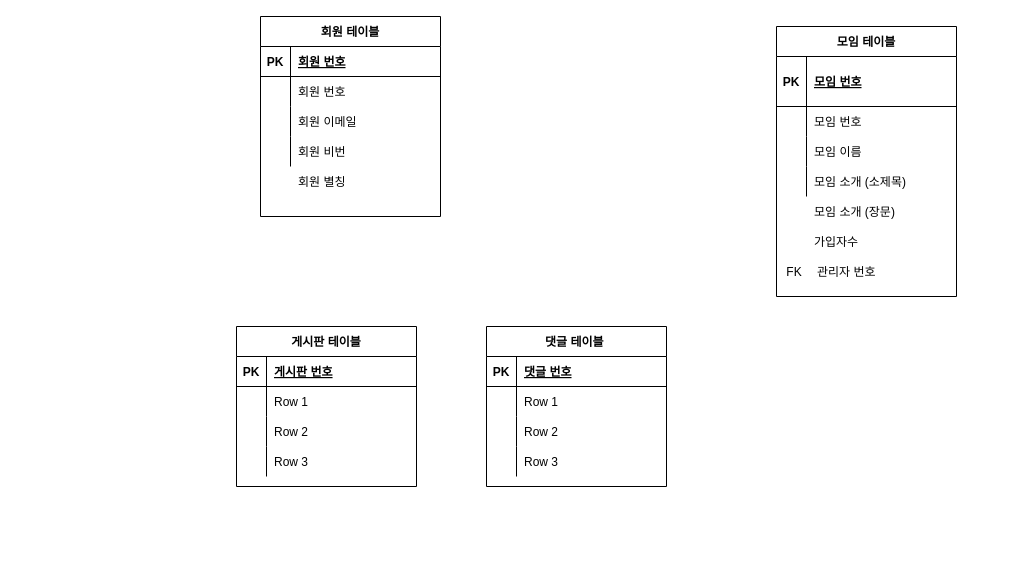
The draw.io diagram wireframes/DB design.drawio in kssgit/cloud_msa_project1, before the edit. Source tidied: cells renumbered, new cells numbered last; positions are measured from the earlier drawing's top-left corner, leaving out a move shared by most shapes. Both pictures are drawn from the tidied source at 100%, with x=0, y=0 at pixel (236, 16).
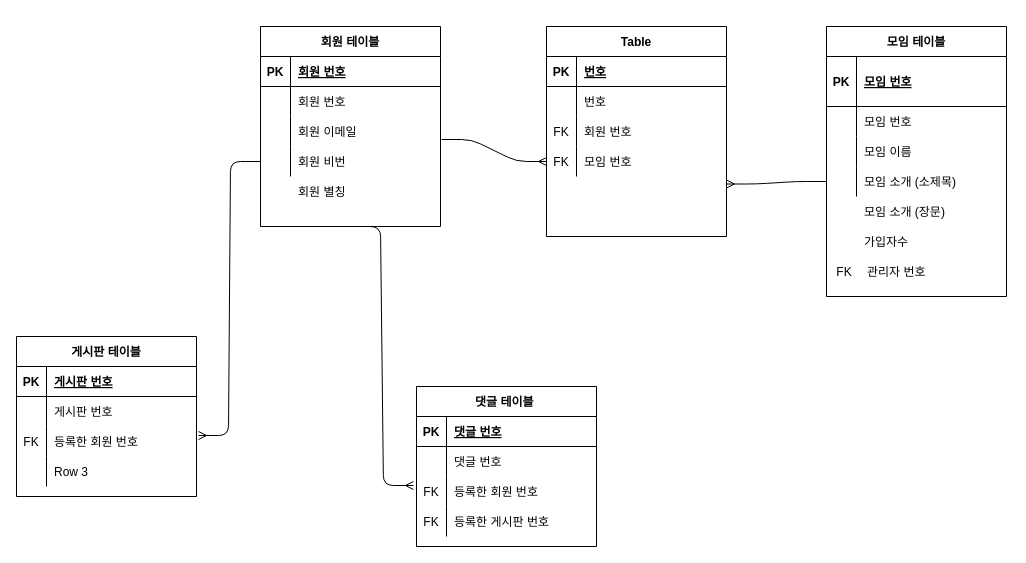
Above is the later version.

Unchanged cells that the change refers to:
```xml
<mxCell id="9" style="shape=partialRectangle;fillColor=none;top=0;left=0;bottom=0;right=0;points=[[0,0.5],[1,0.5]];portConstraint=eastwest;" parent="2" vertex="1">
  <mxGeometry y="90" width="180" height="30" as="geometry" />
</mxCell>
<mxCell id="12" style="shape=partialRectangle;fillColor=none;top=0;left=0;bottom=0;right=0;points=[[0,0.5],[1,0.5]];portConstraint=eastwest;" parent="2" vertex="1">
  <mxGeometry y="120" width="180" height="30" as="geometry" />
</mxCell>
<mxCell id="29" style="shape=partialRectangle;fillColor=none;top=0;left=0;bottom=0;right=0;points=[[0,0.5],[1,0.5]];portConstraint=eastwest;" parent="19" vertex="1">
  <mxGeometry y="140" width="180" height="30" as="geometry" />
</mxCell>
<mxCell id="45" style="shape=partialRectangle;fillColor=none;top=0;left=0;bottom=0;right=0;" parent="41" vertex="1">
  <mxGeometry y="60" width="180" height="30" as="geometry" />
</mxCell>
<mxCell id="48" style="shape=partialRectangle;fillColor=none;top=0;left=0;bottom=0;right=0;points=[[0,0.5],[1,0.5]];portConstraint=eastwest;" parent="41" vertex="1">
  <mxGeometry y="90" width="180" height="30" as="geometry" />
</mxCell>
<mxCell id="58" style="shape=partialRectangle;fillColor=none;top=0;left=0;bottom=0;right=0;" parent="54" vertex="1">
  <mxGeometry y="60" width="180" height="30" as="geometry" />
</mxCell>
<mxCell id="61" style="shape=partialRectangle;fillColor=none;top=0;left=0;bottom=0;right=0;points=[[0,0.5],[1,0.5]];portConstraint=eastwest;" parent="54" vertex="1">
  <mxGeometry y="90" width="180" height="30" as="geometry" />
</mxCell>
<mxCell id="64" style="shape=partialRectangle;fillColor=none;top=0;left=0;bottom=0;right=0;" parent="54" vertex="1">
  <mxGeometry y="120" width="180" height="30" as="geometry" />
</mxCell>
```

The edit, as a diff of the source:
```diff
@@
     <mxCell id="2" value="회원 테이블" style="shape=table;startSize=30;childLayout=tableLayout;rowLines=0;fontStyle=1;align=center;" parent="1" vertex="1">
-      <mxGeometry x="24" width="180" height="200" as="geometry" />
+      <mxGeometry x="24" y="10" width="180" height="200" as="geometry" />
     </mxCell>
@@
     <mxCell id="15" style="shape=partialRectangle;fillColor=none;top=0;left=0;bottom=0;right=0;" parent="1" vertex="1">
-      <mxGeometry x="24" y="150" width="180" height="30" as="geometry" />
+      <mxGeometry x="24" y="160" width="180" height="30" as="geometry" />
     </mxCell>
@@
     <mxCell id="18" style="group;" parent="1" vertex="1">
-      <mxGeometry x="540" y="10" width="183" height="270" as="geometry" />
+      <mxGeometry x="590" y="10" width="183" height="270" as="geometry" />
     </mxCell>
@@
     <mxCell id="41" value="게시판 테이블" style="shape=table;startSize=30;childLayout=tableLayout;rowLines=0;fontStyle=1;align=center;" parent="1" vertex="1">
-      <mxGeometry y="310" width="180" height="160" as="geometry" />
+      <mxGeometry x="-220" y="320" width="180" height="160" as="geometry" />
     </mxCell>
@@
-    <mxCell id="47" value="Row 1" style="shape=partialRectangle;fillColor=none;top=0;left=0;bottom=0;right=0;align=left;spacingLeft=6;overflow=hidden;" parent="45" vertex="1">
+    <mxCell id="47" value="게시판 번호" style="shape=partialRectangle;fillColor=none;top=0;left=0;bottom=0;right=0;align=left;spacingLeft=6;overflow=hidden;" parent="45" vertex="1">
       <mxGeometry x="30" width="150" height="30" as="geometry" />
     </mxCell>
@@
-    <mxCell id="49" style="shape=partialRectangle;fillColor=none;top=0;left=0;bottom=0;right=0;overflow=hidden;" parent="48" vertex="1">
+    <mxCell id="49" value="FK" style="shape=partialRectangle;fillColor=none;top=0;left=0;bottom=0;right=0;overflow=hidden;" parent="48" vertex="1">
       <mxGeometry width="30" height="30" as="geometry" />
     </mxCell>
-    <mxCell id="50" value="Row 2" style="shape=partialRectangle;fillColor=none;top=0;left=0;bottom=0;right=0;align=left;spacingLeft=6;overflow=hidden;" parent="48" vertex="1">
+    <mxCell id="50" value="등록한 회원 번호" style="shape=partialRectangle;fillColor=none;top=0;left=0;bottom=0;right=0;align=left;spacingLeft=6;overflow=hidden;" parent="48" vertex="1">
       <mxGeometry x="30" width="150" height="30" as="geometry" />
     </mxCell>
@@
     <mxCell id="54" value="댓글 테이블 " style="shape=table;startSize=30;childLayout=tableLayout;rowLines=0;fontStyle=1;align=center;" parent="1" vertex="1">
-      <mxGeometry x="250" y="310" width="180" height="160" as="geometry" />
+      <mxGeometry x="180" y="370" width="180" height="160" as="geometry" />
     </mxCell>
@@
-    <mxCell id="60" value="Row 1" style="shape=partialRectangle;fillColor=none;top=0;left=0;bottom=0;right=0;align=left;spacingLeft=6;overflow=hidden;" parent="58" vertex="1">
+    <mxCell id="60" value="댓글 번호" style="shape=partialRectangle;fillColor=none;top=0;left=0;bottom=0;right=0;align=left;spacingLeft=6;overflow=hidden;" parent="58" vertex="1">
       <mxGeometry x="30" width="150" height="30" as="geometry" />
     </mxCell>
@@
-    <mxCell id="62" style="shape=partialRectangle;fillColor=none;top=0;left=0;bottom=0;right=0;overflow=hidden;" parent="61" vertex="1">
+    <mxCell id="62" value="FK" style="shape=partialRectangle;fillColor=none;top=0;left=0;bottom=0;right=0;overflow=hidden;" parent="61" vertex="1">
       <mxGeometry width="30" height="30" as="geometry" />
     </mxCell>
-    <mxCell id="63" value="Row 2" style="shape=partialRectangle;fillColor=none;top=0;left=0;bottom=0;right=0;align=left;spacingLeft=6;overflow=hidden;" parent="61" vertex="1">
+    <mxCell id="63" value="등록한 회원 번호" style="shape=partialRectangle;fillColor=none;top=0;left=0;bottom=0;right=0;align=left;spacingLeft=6;overflow=hidden;" parent="61" vertex="1">
       <mxGeometry x="30" width="150" height="30" as="geometry" />
     </mxCell>
@@
-    <mxCell id="65" style="shape=partialRectangle;fillColor=none;top=0;left=0;bottom=0;right=0;overflow=hidden;" parent="64" vertex="1">
+    <mxCell id="65" value="FK" style="shape=partialRectangle;fillColor=none;top=0;left=0;bottom=0;right=0;overflow=hidden;" parent="64" vertex="1">
       <mxGeometry width="30" height="30" as="geometry" />
     </mxCell>
-    <mxCell id="66" value="Row 3" style="shape=partialRectangle;fillColor=none;top=0;left=0;bottom=0;right=0;align=left;spacingLeft=6;overflow=hidden;" parent="64" vertex="1">
+    <mxCell id="66" value="등록한 게시판 번호" style="shape=partialRectangle;fillColor=none;top=0;left=0;bottom=0;right=0;align=left;spacingLeft=6;overflow=hidden;" parent="64" vertex="1">
       <mxGeometry x="30" width="150" height="30" as="geometry" />
     </mxCell>
+    <mxCell id="67" value="Table" style="shape=table;startSize=30;childLayout=tableLayout;rowLines=0;fontStyle=1;align=center;" parent="1" vertex="1">
+      <mxGeometry x="310" y="10" width="180" height="210" as="geometry" />
+    </mxCell>
+    <mxCell id="68" style="shape=partialRectangle;fillColor=none;top=0;left=0;bottom=1;right=0;" parent="67" vertex="1">
+      <mxGeometry y="30" width="180" height="30" as="geometry" />
+    </mxCell>
+    <mxCell id="69" value="PK" style="shape=partialRectangle;fillColor=none;top=0;left=0;bottom=0;right=0;fontStyle=1;overflow=hidden;" parent="68" vertex="1">
+      <mxGeometry width="30" height="30" as="geometry" />
+    </mxCell>
+    <mxCell id="70" value="번호" style="shape=partialRectangle;fillColor=none;top=0;left=0;bottom=0;right=0;align=left;spacingLeft=6;fontStyle=5;overflow=hidden;" parent="68" vertex="1">
+      <mxGeometry x="30" width="150" height="30" as="geometry" />
+    </mxCell>
+    <mxCell id="71" style="shape=partialRectangle;fillColor=none;top=0;left=0;bottom=0;right=0;" parent="67" vertex="1">
+      <mxGeometry y="60" width="180" height="30" as="geometry" />
+    </mxCell>
+    <mxCell id="72" style="shape=partialRectangle;fillColor=none;top=0;left=0;bottom=0;right=0;overflow=hidden;" parent="71" vertex="1">
+      <mxGeometry width="30" height="30" as="geometry" />
+    </mxCell>
+    <mxCell id="73" value="번호" style="shape=partialRectangle;fillColor=none;top=0;left=0;bottom=0;right=0;align=left;spacingLeft=6;overflow=hidden;" parent="71" vertex="1">
+      <mxGeometry x="30" width="150" height="30" as="geometry" />
+    </mxCell>
+    <mxCell id="74" style="shape=partialRectangle;fillColor=none;top=0;left=0;bottom=0;right=0;" parent="67" vertex="1">
+      <mxGeometry y="90" width="180" height="30" as="geometry" />
+    </mxCell>
+    <mxCell id="75" value="FK" style="shape=partialRectangle;fillColor=none;top=0;left=0;bottom=0;right=0;overflow=hidden;" parent="74" vertex="1">
+      <mxGeometry width="30" height="30" as="geometry" />
+    </mxCell>
+    <mxCell id="76" value="회원 번호" style="shape=partialRectangle;fillColor=none;top=0;left=0;bottom=0;right=0;align=left;spacingLeft=6;overflow=hidden;" parent="74" vertex="1">
+      <mxGeometry x="30" width="150" height="30" as="geometry" />
+    </mxCell>
+    <mxCell id="77" style="shape=partialRectangle;fillColor=none;top=0;left=0;bottom=0;right=0;points=[[0,0.5],[1,0.5]];portConstraint=eastwest;" parent="67" vertex="1">
+      <mxGeometry y="120" width="180" height="30" as="geometry" />
+    </mxCell>
+    <mxCell id="78" value="FK" style="shape=partialRectangle;fillColor=none;top=0;left=0;bottom=0;right=0;overflow=hidden;" parent="77" vertex="1">
+      <mxGeometry width="30" height="30" as="geometry" />
+    </mxCell>
+    <mxCell id="79" value="모임 번호" style="shape=partialRectangle;fillColor=none;top=0;left=0;bottom=0;right=0;align=left;spacingLeft=6;overflow=hidden;" parent="77" vertex="1">
+      <mxGeometry x="30" width="150" height="30" as="geometry" />
+    </mxCell>
+    <mxCell id="80" style="edgeStyle=entityRelationEdgeStyle;fontSize=12;html=1;endArrow=ERmany;exitX=1.006;exitY=0.767;exitDx=0;exitDy=0;exitPerimeter=0;entryX=0;entryY=0.5;entryDx=0;entryDy=0;" parent="1" edge="1" source="9" target="77">
+      <mxGeometry relative="1" as="geometry" />
+    </mxCell>
+    <mxCell id="81" style="edgeStyle=entityRelationEdgeStyle;fontSize=12;html=1;endArrow=ERmany;exitX=0;exitY=0.5;exitDx=0;exitDy=0;entryX=1;entryY=0.75;entryDx=0;entryDy=0;" parent="1" edge="1" source="29" target="67">
+      <mxGeometry relative="1" as="geometry" />
+    </mxCell>
+    <mxCell id="82" style="edgeStyle=entityRelationEdgeStyle;fontSize=12;html=1;endArrow=ERmany;exitX=0;exitY=0.5;exitDx=0;exitDy=0;entryX=1.011;entryY=0.3;entryDx=0;entryDy=0;entryPerimeter=0;" parent="1" edge="1" source="12" target="48">
+      <mxGeometry relative="1" as="geometry" />
+    </mxCell>
+    <mxCell id="83" style="edgeStyle=entityRelationEdgeStyle;fontSize=12;html=1;endArrow=ERmany;exitX=0.5;exitY=1;exitDx=0;exitDy=0;entryX=-0.017;entryY=0.3;entryDx=0;entryDy=0;entryPerimeter=0;" parent="1" edge="1" source="2" target="61">
+      <mxGeometry relative="1" as="geometry" />
+    </mxCell>
```
